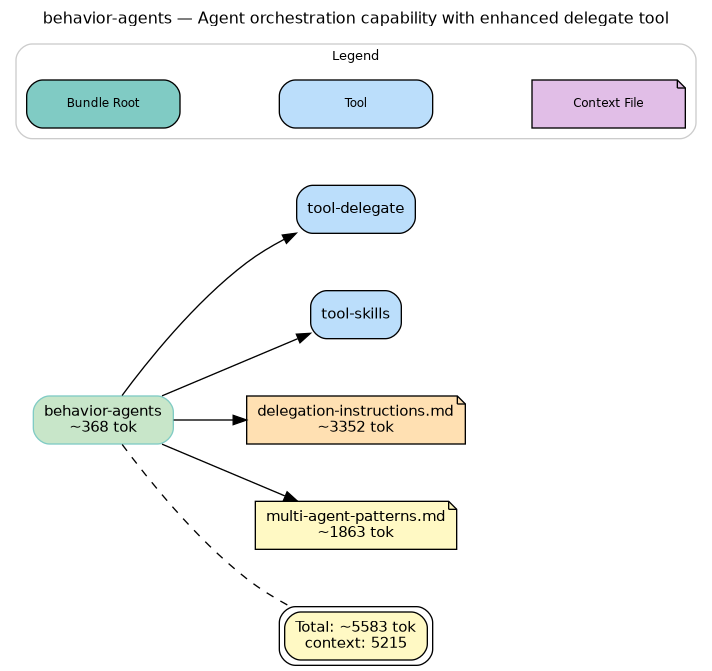
Earlier version of the Graphviz export behaviors/agents.png (microsoft/amplifier-foundation). Its source is kept beside it as behaviors/agents.dot. Its diagram source:
```dot
digraph behavior_agents {
    rankdir=LR
    fontname="Helvetica"
    fontsize=12
    label="behavior-agents — Agent orchestration capability with enhanced delegate tool"
    labelloc=t
    labeljust=c
    compound=true
    nodesep=0.6
    ranksep=0.7
    bgcolor="white"
    source_hash="5247843b449a27b09940d52a81f947abde4c834e25a30bca9fcd3395cfab0099"

    node [fontname="Helvetica", fontsize=11, style="filled,rounded"]
    edge [fontname="Helvetica", fontsize=9]

    root [label="behavior-agents\n~368 tok", shape=box, fillcolor="#c8e6c9", style="filled,rounded", color="#80cbc4"]
    tool_tool_delegate [label="tool-delegate", shape=box, fillcolor="#bbdefb", style="filled,rounded"]
    tool_tool_skills [label="tool-skills", shape=box, fillcolor="#bbdefb", style="filled,rounded"]
    ctx_foundation_context_agents_delegation_instructions_md [label="delegation-instructions.md\n~3352 tok", shape=note, fillcolor="#ffe0b2", style="filled"]
    ctx_foundation_context_agents_multi_agent_patterns_md [label="multi-agent-patterns.md\n~1863 tok", shape=note, fillcolor="#fff9c4", style="filled"]
    summary [label="Total: ~5583 tok\ncontext: 5215", shape=box, fillcolor="#fff9c4", style="filled,rounded", peripheries=2]

    root -> tool_tool_delegate
    root -> tool_tool_skills
    root -> ctx_foundation_context_agents_delegation_instructions_md
    root -> ctx_foundation_context_agents_multi_agent_patterns_md
    root -> summary [style=dashed, arrowhead=none]

    subgraph cluster_legend {
        label="Legend"
        style="filled,rounded"
        fillcolor="white"
        color="#cccccc"
        fontsize=10
        node [shape=box, fontsize=9, width=1.6]
        leg_root [label="Bundle Root", shape=box, fillcolor="#80cbc4", style="filled,rounded"]
        leg_tool [label="Tool", shape=box, fillcolor="#bbdefb", style="filled,rounded"]
        leg_ctx [label="Context File", shape=note, fillcolor="#e1bee7", style="filled,rounded"]
        leg_root -> leg_tool -> leg_ctx [style=invis]
    }
}
```
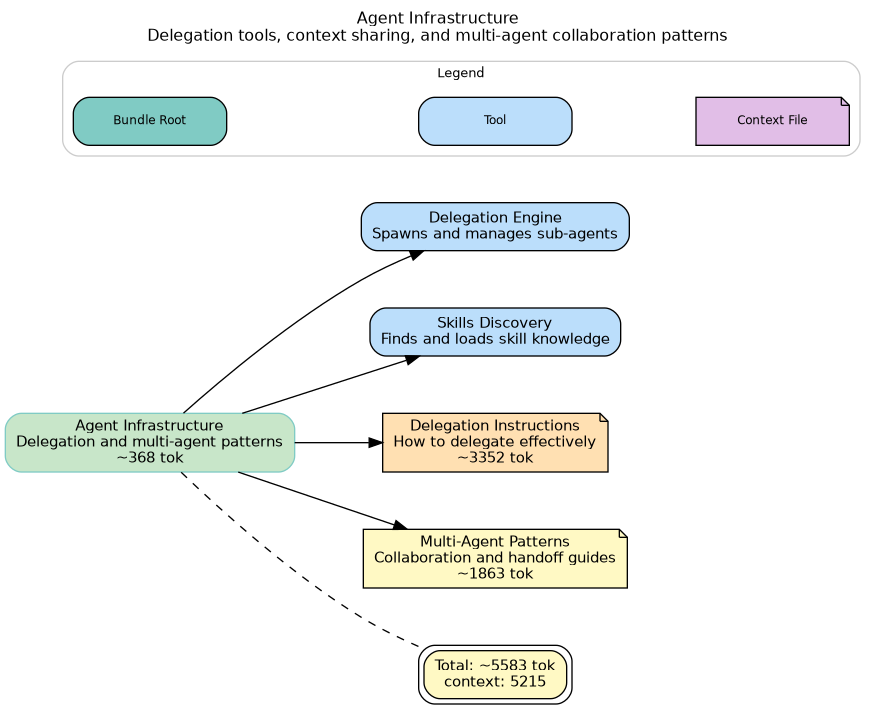
After the change.

What changed in the source:
```diff
@@ -2,7 +2,7 @@
     rankdir=LR
     fontname="Helvetica"
     fontsize=12
-    label="behavior-agents — Agent orchestration capability with enhanced delegate tool"
+    label="Agent Infrastructure\nDelegation tools, context sharing, and multi-agent collaboration patterns"
     labelloc=t
     labeljust=c
     compound=true
@@ -14,11 +14,14 @@
     node [fontname="Helvetica", fontsize=11, style="filled,rounded"]
     edge [fontname="Helvetica", fontsize=9]
 
-    root [label="behavior-agents\n~368 tok", shape=box, fillcolor="#c8e6c9", style="filled,rounded", color="#80cbc4"]
-    tool_tool_delegate [label="tool-delegate", shape=box, fillcolor="#bbdefb", style="filled,rounded"]
-    tool_tool_skills [label="tool-skills", shape=box, fillcolor="#bbdefb", style="filled,rounded"]
-    ctx_foundation_context_agents_delegation_instructions_md [label="delegation-instructions.md\n~3352 tok", shape=note, fillcolor="#ffe0b2", style="filled"]
-    ctx_foundation_context_agents_multi_agent_patterns_md [label="multi-agent-patterns.md\n~1863 tok", shape=note, fillcolor="#fff9c4", style="filled"]
+    root [label="Agent Infrastructure\nDelegation and multi-agent patterns\n~368 tok", shape=box, fillcolor="#c8e6c9", style="filled,rounded", color="#80cbc4"]
+
+    tool_tool_delegate [label="Delegation Engine\nSpawns and manages sub-agents", shape=box, fillcolor="#bbdefb", style="filled,rounded"]
+    tool_tool_skills [label="Skills Discovery\nFinds and loads skill knowledge", shape=box, fillcolor="#bbdefb", style="filled,rounded"]
+
+    ctx_foundation_context_agents_delegation_instructions_md [label="Delegation Instructions\nHow to delegate effectively\n~3352 tok", shape=note, fillcolor="#ffe0b2", style="filled"]
+    ctx_foundation_context_agents_multi_agent_patterns_md [label="Multi-Agent Patterns\nCollaboration and handoff guides\n~1863 tok", shape=note, fillcolor="#fff9c4", style="filled"]
+
     summary [label="Total: ~5583 tok\ncontext: 5215", shape=box, fillcolor="#fff9c4", style="filled,rounded", peripheries=2]
 
     root -> tool_tool_delegate
```
